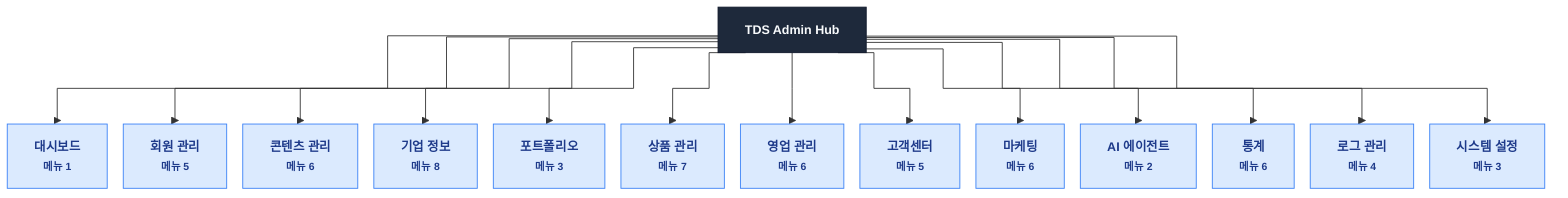
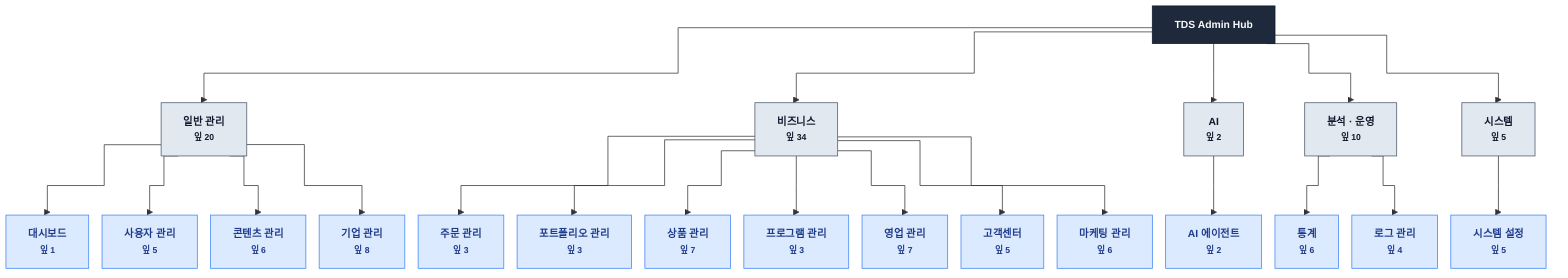
- %% IA 트리 · 상위 구조 한 화면 (루트 → 섹션 13)
+ %% IA 트리 · 상위 구조 한 화면 (루트 → 그룹 5 → 메뉴 15)
%%{init: {"flowchart": {"curve": "step", "nodeSpacing": 18, "rankSpacing": 80, "wrappingWidth": 120}, "themeVariables": {"fontSize": "14px"}} }%%
flowchart TD
    ROOT["<b>TDS Admin Hub</b>"]

-     ROOT --> S0["대시보드<br/><small>메뉴 1</small>"]
-     ROOT --> S1["회원 관리<br/><small>메뉴 5</small>"]
-     ROOT --> S2["콘텐츠 관리<br/><small>메뉴 6</small>"]
-     ROOT --> S3["기업 정보<br/><small>메뉴 8</small>"]
-     ROOT --> S4["포트폴리오<br/><small>메뉴 3</small>"]
-     ROOT --> S5["상품 관리<br/><small>메뉴 7</small>"]
-     ROOT --> S6["영업 관리<br/><small>메뉴 6</small>"]
-     ROOT --> S7["고객센터<br/><small>메뉴 5</small>"]
-     ROOT --> S8["마케팅<br/><small>메뉴 6</small>"]
-     ROOT --> S9["AI 에이전트<br/><small>메뉴 2</small>"]
-     ROOT --> S10["통계<br/><small>메뉴 6</small>"]
-     ROOT --> S11["로그 관리<br/><small>메뉴 4</small>"]
-     ROOT --> S12["시스템 설정<br/><small>메뉴 3</small>"]
+     ROOT --> G0["일반 관리<br/><small>잎 20</small>"]
+     ROOT --> G1["비즈니스<br/><small>잎 34</small>"]
+     ROOT --> G2["AI<br/><small>잎 2</small>"]
+     ROOT --> G3["분석 · 운영<br/><small>잎 10</small>"]
+     ROOT --> G4["시스템<br/><small>잎 5</small>"]
+ 
+     G0 --> S0["대시보드<br/><small>잎 1</small>"]
+     G0 --> S1["사용자 관리<br/><small>잎 5</small>"]
+     G0 --> S2["콘텐츠 관리<br/><small>잎 6</small>"]
+     G0 --> S3["기업 관리<br/><small>잎 8</small>"]
+ 
+     G1 --> S4["주문 관리<br/><small>잎 3</small>"]
+     G1 --> S5["포트폴리오 관리<br/><small>잎 3</small>"]
+     G1 --> S6["상품 관리<br/><small>잎 7</small>"]
+     G1 --> S7["프로그램 관리<br/><small>잎 3</small>"]
+     G1 --> S8["영업 관리<br/><small>잎 7</small>"]
+     G1 --> S9["고객센터<br/><small>잎 5</small>"]
+     G1 --> S10["마케팅 관리<br/><small>잎 6</small>"]
+ 
+     G2 --> S11["AI 에이전트<br/><small>잎 2</small>"]
+ 
+     G3 --> S12["통계<br/><small>잎 6</small>"]
+     G3 --> S13["로그 관리<br/><small>잎 4</small>"]
+ 
+     G4 --> S14["시스템 설정<br/><small>잎 5</small>"]

    classDef root fill:#1e293b,stroke:#0f172a,color:#f8fafc,font-weight:bold
+     classDef grp fill:#e2e8f0,stroke:#475569,color:#0f172a,font-weight:bold
    classDef sec fill:#dbeafe,stroke:#3b82f6,color:#1e3a8a,font-weight:bold
    class ROOT root
-     class S0,S1,S2,S3,S4,S5,S6,S7,S8,S9,S10,S11,S12 sec
+     class G0,G1,G2,G3,G4 grp
+     class S0,S1,S2,S3,S4,S5,S6,S7,S8,S9,S10,S11,S12,S13,S14 sec
